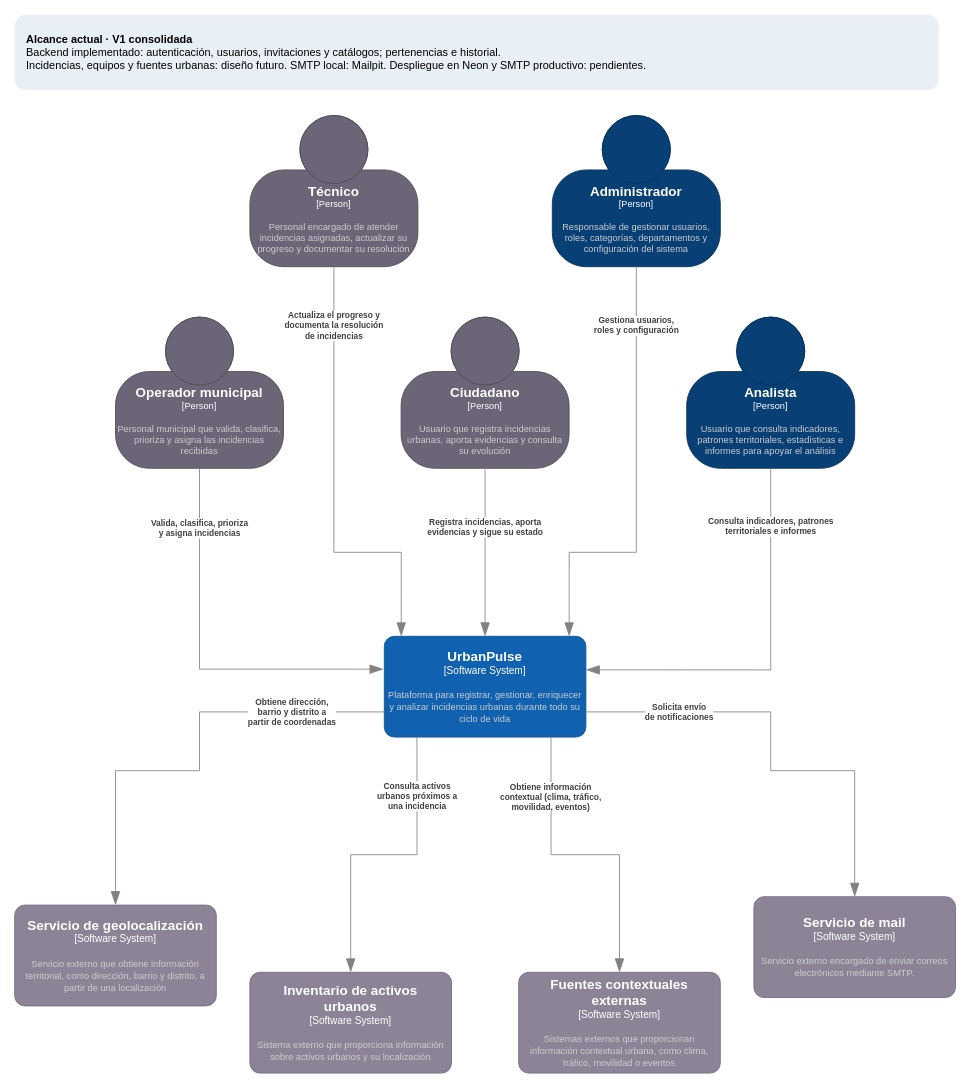
This is page "Contexto" (1 of 2) of docs/diagrams/c4.drawio from CeNtAuRoOo/urban-pulse-app, a draw.io file, before an edit. Source tidied: cells renumbered, new cells numbered last; positions are measured from the earlier drawing's top-left corner, leaving out a move shared by most shapes. Both pictures are drawn from the tidied source at 84%, with x=0, y=0 at pixel (14, 14).
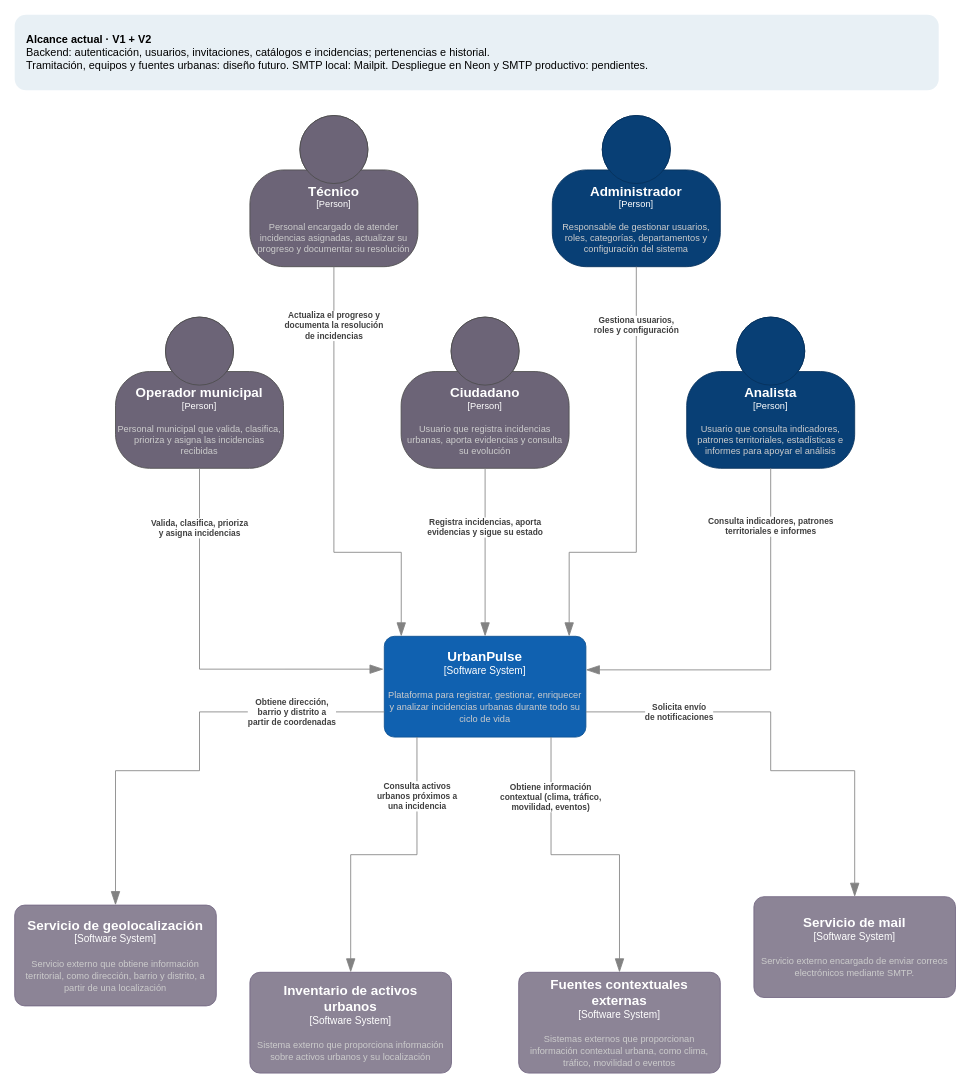
After the change.

Change to the diagram source:
```diff
@@
-    <mxCell id="21" value="&lt;b&gt;Alcance actual · V1 consolidada&lt;/b&gt;&lt;br&gt;Backend implementado: autenticación, usuarios, invitaciones y catálogos; pertenencias e historial.&lt;br&gt;Incidencias, equipos y fuentes urbanas: diseño futuro. SMTP local: Mailpit. Despliegue en Neon y SMTP productivo: pendientes." style="rounded=1;whiteSpace=wrap;html=1;align=left;verticalAlign=middle;spacing=14;fillColor=#e8f0f5;strokeColor=none;fontSize=13;" parent="1" vertex="1">
+    <mxCell id="21" value="&lt;b&gt;Alcance actual · V1 + V2&lt;/b&gt;&lt;br&gt;Backend: autenticación, usuarios, invitaciones, catálogos e incidencias; pertenencias e historial.&lt;br&gt;Tramitación, equipos y fuentes urbanas: diseño futuro. SMTP local: Mailpit. Despliegue en Neon y SMTP productivo: pendientes." style="rounded=1;whiteSpace=wrap;html=1;align=left;verticalAlign=middle;spacing=14;fillColor=#e8f0f5;strokeColor=none;fontSize=13;" parent="1" vertex="1">
       <mxGeometry width="1100" height="90" as="geometry" />
     </mxCell>
```
